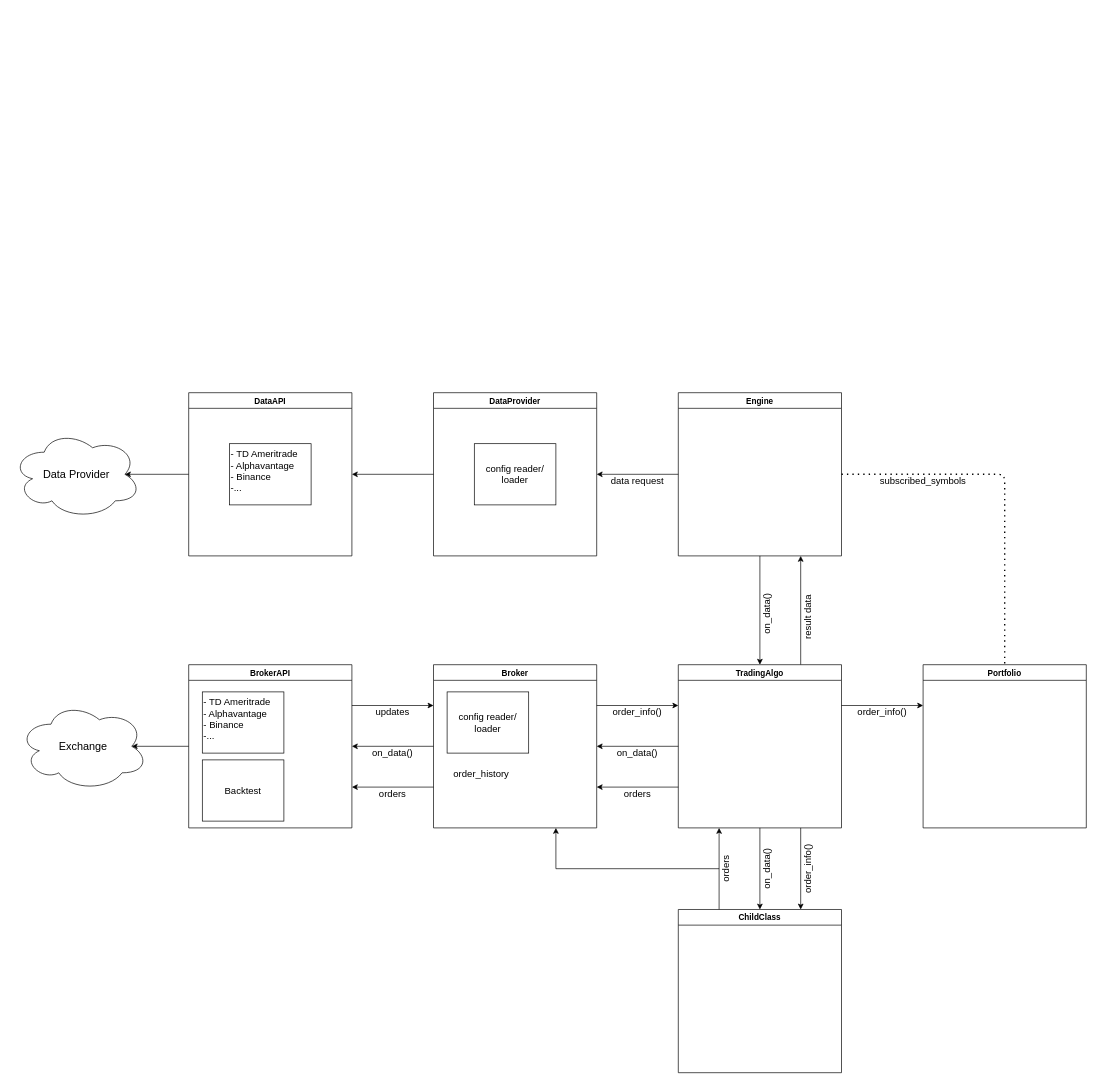
Before: drawings/structure.drawio in Timon33/quant_frame, a draw.io diagram. Source tidied: cells renumbered, new cells numbered last; positions are measured from the earlier drawing's top-left corner, leaving out a move shared by most shapes. Both pictures are drawn from the tidied source at 68%, with x=0, y=0 at pixel (12, 392).
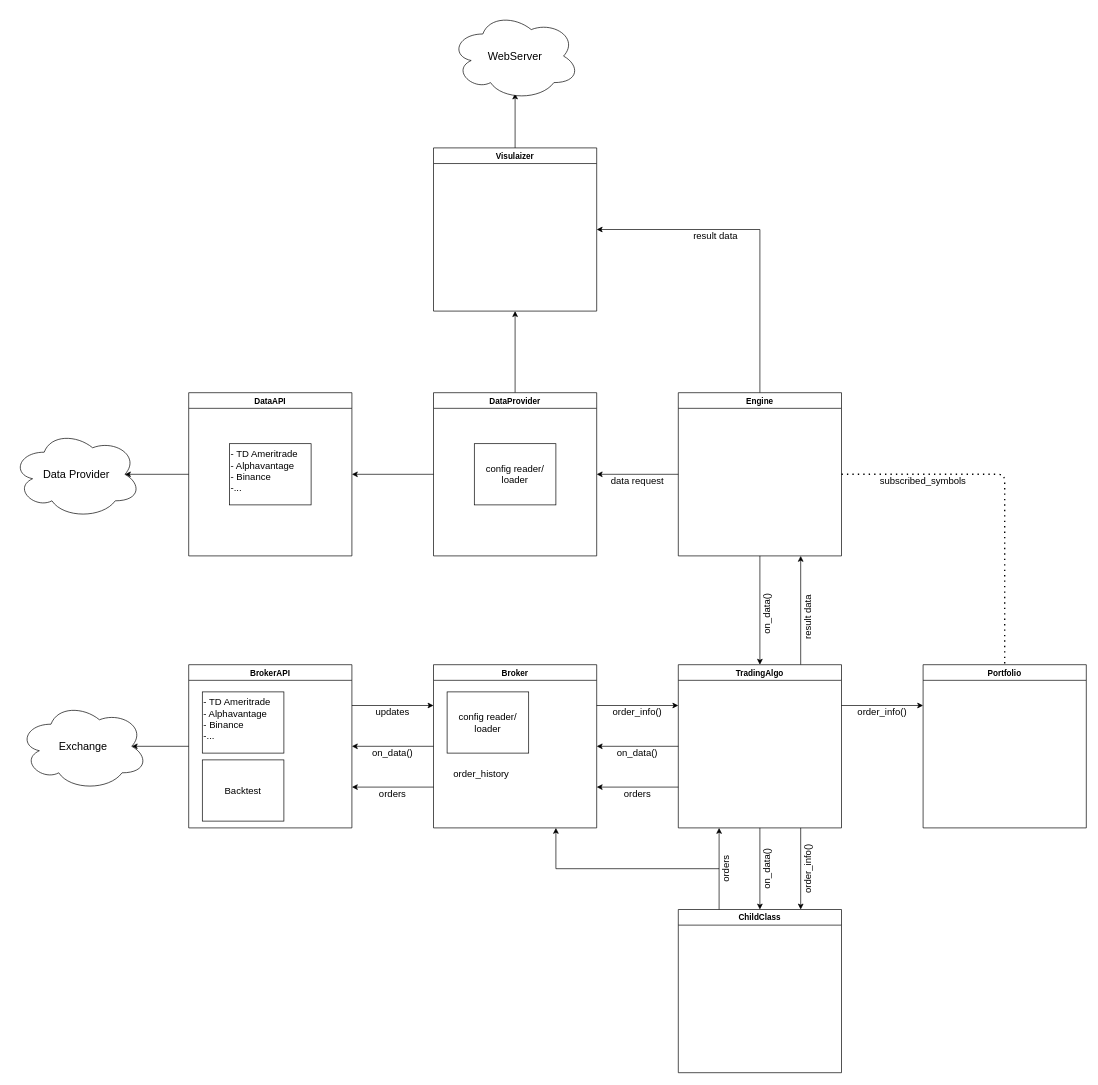
The same diagram, later.

Unchanged cells that the change refers to:
```xml
<mxCell id="11" value="Engine" style="swimlane;rounded=0;shadow=0;sketch=0;glass=0;swimlaneLine=1;" parent="1" vertex="1">
  <mxGeometry x="980" width="240" height="240" as="geometry" />
</mxCell>
<mxCell id="41" value="DataProvider" style="swimlane;rounded=0;shadow=0;sketch=0;glass=0;swimlaneLine=1;" parent="1" vertex="1">
  <mxGeometry x="620" width="240" height="240" as="geometry" />
</mxCell>
```

Change to the diagram source:
```diff
@@
+    <mxCell id="50" style="edgeStyle=orthogonalEdgeStyle;rounded=0;jettySize=auto;html=1;exitX=0.5;exitY=0;exitDx=0;exitDy=0;entryX=1;entryY=0.5;entryDx=0;entryDy=0;" parent="1" edge="1" source="11" target="53">
+      <mxGeometry relative="1" as="geometry" />
+    </mxCell>
@@
+    <mxCell id="51" style="edgeStyle=orthogonalEdgeStyle;rounded=0;jettySize=auto;html=1;exitX=0.5;exitY=0;exitDx=0;exitDy=0;entryX=0.5;entryY=1;entryDx=0;entryDy=0;" parent="1" edge="1" source="41" target="53">
+      <mxGeometry relative="1" as="geometry" />
+    </mxCell>
@@
+    <mxCell id="52" style="edgeStyle=orthogonalEdgeStyle;rounded=0;jettySize=auto;html=1;exitX=0.5;exitY=0;exitDx=0;exitDy=0;" parent="1" edge="1" source="53">
+      <mxGeometry relative="1" as="geometry">
+        <mxPoint x="740" y="-440" as="targetPoint" />
+      </mxGeometry>
+    </mxCell>
+    <mxCell id="53" value="Visulaizer" style="swimlane;rounded=0;shadow=0;sketch=0;glass=0;swimlaneLine=1;" parent="1" vertex="1">
+      <mxGeometry x="620" y="-360" width="240" height="240" as="geometry" />
+    </mxCell>
+    <mxCell id="54" value="WebServer" style="ellipse;shape=cloud;whiteSpace=wrap;html=1;rounded=0;shadow=0;glass=0;sketch=0;fontSize=16;" parent="1" vertex="1">
+      <mxGeometry x="645" y="-560" width="190" height="130" as="geometry" />
+    </mxCell>
+    <mxCell id="55" value="&lt;span style=&quot;font-size: 14px&quot;&gt;result data&lt;/span&gt;" style="text;html=1;strokeColor=none;fillColor=none;align=center;verticalAlign=middle;whiteSpace=wrap;rounded=0;shadow=0;glass=0;sketch=0;rotation=0;" parent="1" vertex="1">
+      <mxGeometry x="970" y="-240" width="130" height="20" as="geometry" />
+    </mxCell>
```
